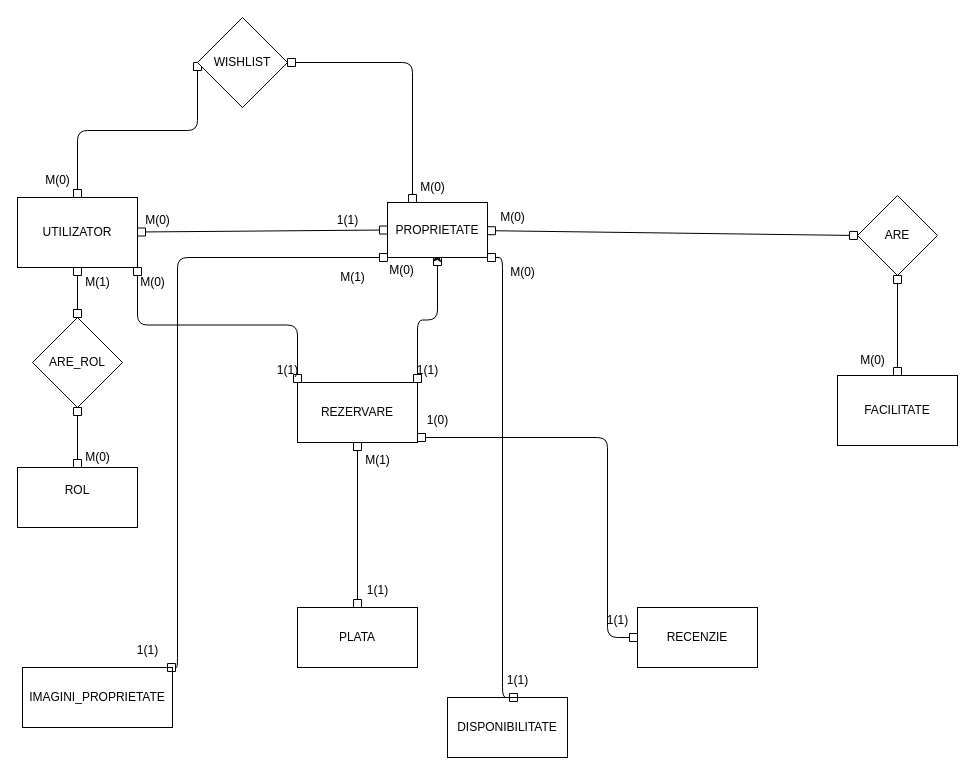
Before: diagrams/diagram_erd.drawio in monicatudor05/CityStay_Project_DB, a draw.io diagram. Source tidied: cells renumbered, new cells numbered last; positions are measured from the earlier drawing's top-left corner, leaving out a move shared by most shapes. Both pictures are drawn from the tidied source at 100%, with x=0, y=0 at pixel (17, 17).
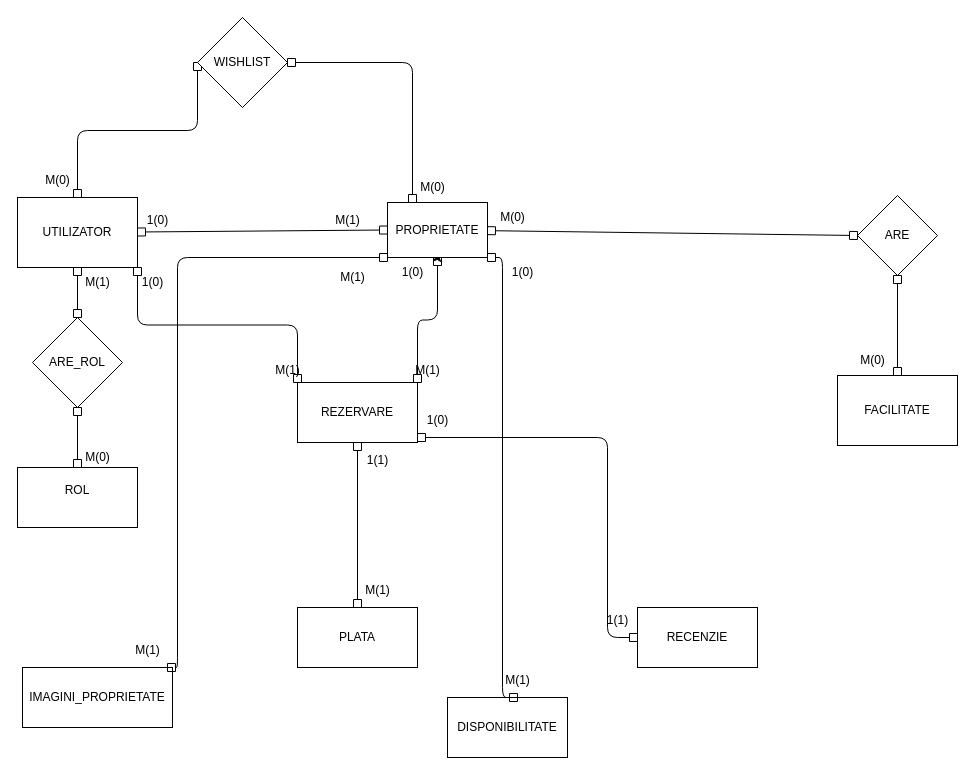
The same page after the edit.

Commit message (it also covers changes not shown here):
Modified the ERD Diagram

Diff of the diagram source:
```diff
@@
-    <mxCell id="23" value="M(0)" style="text;html=1;align=center;verticalAlign=middle;strokeColor=none;fillColor=none;" parent="1" vertex="1">
-      <mxGeometry x="115" y="188" width="50" height="30" as="geometry" />
+    <mxCell id="23" value="1(0)" style="text;html=1;align=center;verticalAlign=middle;strokeColor=none;fillColor=none;" parent="1" vertex="1">
+      <mxGeometry x="120" y="188" width="40" height="30" as="geometry" />
     </mxCell>
-    <mxCell id="24" value="1(1)" style="text;html=1;align=center;verticalAlign=middle;strokeColor=none;fillColor=none;" parent="1" vertex="1">
-      <mxGeometry x="310" y="188" width="40" height="30" as="geometry" />
+    <mxCell id="24" value="M(1)" style="text;html=1;align=center;verticalAlign=middle;strokeColor=none;fillColor=none;" parent="1" vertex="1">
+      <mxGeometry x="305" y="188" width="50" height="30" as="geometry" />
     </mxCell>
@@
-    <mxCell id="29" value="M(0)" style="text;html=1;align=center;verticalAlign=middle;strokeColor=none;fillColor=none;" parent="1" vertex="1">
-      <mxGeometry x="110" y="250" width="50" height="30" as="geometry" />
+    <mxCell id="29" value="1(0)" style="text;html=1;align=center;verticalAlign=middle;strokeColor=none;fillColor=none;" parent="1" vertex="1">
+      <mxGeometry x="115" y="250" width="40" height="30" as="geometry" />
     </mxCell>
-    <mxCell id="30" value="1(1)" style="text;html=1;align=center;verticalAlign=middle;strokeColor=none;fillColor=none;" parent="1" vertex="1">
-      <mxGeometry x="250" y="338" width="40" height="30" as="geometry" />
+    <mxCell id="30" value="M(1)" style="text;html=1;align=center;verticalAlign=middle;strokeColor=none;fillColor=none;" parent="1" vertex="1">
+      <mxGeometry x="245" y="338" width="50" height="30" as="geometry" />
     </mxCell>
-    <mxCell id="31" value="M(0)" style="text;html=1;align=center;verticalAlign=middle;strokeColor=none;fillColor=none;" parent="1" vertex="1">
-      <mxGeometry x="359" y="238" width="50" height="30" as="geometry" />
+    <mxCell id="31" value="1(0)" style="text;html=1;align=center;verticalAlign=middle;strokeColor=none;fillColor=none;" parent="1" vertex="1">
+      <mxGeometry x="375" y="240" width="40" height="30" as="geometry" />
     </mxCell>
-    <mxCell id="32" value="1(1)" style="text;html=1;align=center;verticalAlign=middle;strokeColor=none;fillColor=none;" parent="1" vertex="1">
-      <mxGeometry x="390" y="338" width="40" height="30" as="geometry" />
+    <mxCell id="32" value="M(1)" style="text;html=1;align=center;verticalAlign=middle;strokeColor=none;fillColor=none;" parent="1" vertex="1">
+      <mxGeometry x="385" y="338" width="50" height="30" as="geometry" />
     </mxCell>
-    <mxCell id="33" value="M(1)" style="text;html=1;align=center;verticalAlign=middle;strokeColor=none;fillColor=none;" parent="1" vertex="1">
-      <mxGeometry x="335" y="428" width="50" height="30" as="geometry" />
+    <mxCell id="33" value="1(1)" style="text;html=1;align=center;verticalAlign=middle;strokeColor=none;fillColor=none;" parent="1" vertex="1">
+      <mxGeometry x="340" y="428" width="40" height="30" as="geometry" />
     </mxCell>
-    <mxCell id="34" value="1(1)" style="text;html=1;align=center;verticalAlign=middle;strokeColor=none;fillColor=none;" parent="1" vertex="1">
-      <mxGeometry x="340" y="558" width="40" height="30" as="geometry" />
+    <mxCell id="34" value="M(1)" style="text;html=1;align=center;verticalAlign=middle;strokeColor=none;fillColor=none;" parent="1" vertex="1">
+      <mxGeometry x="335" y="558" width="50" height="30" as="geometry" />
     </mxCell>
@@
-    <mxCell id="40" value="1(1)" style="text;html=1;align=center;verticalAlign=middle;strokeColor=none;fillColor=none;" parent="1" vertex="1">
-      <mxGeometry x="110" y="618" width="40" height="30" as="geometry" />
+    <mxCell id="40" value="M(1)" style="text;html=1;align=center;verticalAlign=middle;strokeColor=none;fillColor=none;" parent="1" vertex="1">
+      <mxGeometry x="105" y="618" width="50" height="30" as="geometry" />
     </mxCell>
@@
-    <mxCell id="42" value="M(0)" style="text;html=1;align=center;verticalAlign=middle;strokeColor=none;fillColor=none;" parent="1" vertex="1">
-      <mxGeometry x="480" y="240" width="50" height="30" as="geometry" />
+    <mxCell id="42" value="1(0)" style="text;html=1;align=center;verticalAlign=middle;strokeColor=none;fillColor=none;" parent="1" vertex="1">
+      <mxGeometry x="485" y="240" width="40" height="30" as="geometry" />
     </mxCell>
-    <mxCell id="43" value="1(1)" style="text;html=1;align=center;verticalAlign=middle;strokeColor=none;fillColor=none;" parent="1" vertex="1">
-      <mxGeometry x="480" y="648" width="40" height="30" as="geometry" />
+    <mxCell id="43" value="M(1)" style="text;html=1;align=center;verticalAlign=middle;strokeColor=none;fillColor=none;" parent="1" vertex="1">
+      <mxGeometry x="475" y="648" width="50" height="30" as="geometry" />
     </mxCell>
```
